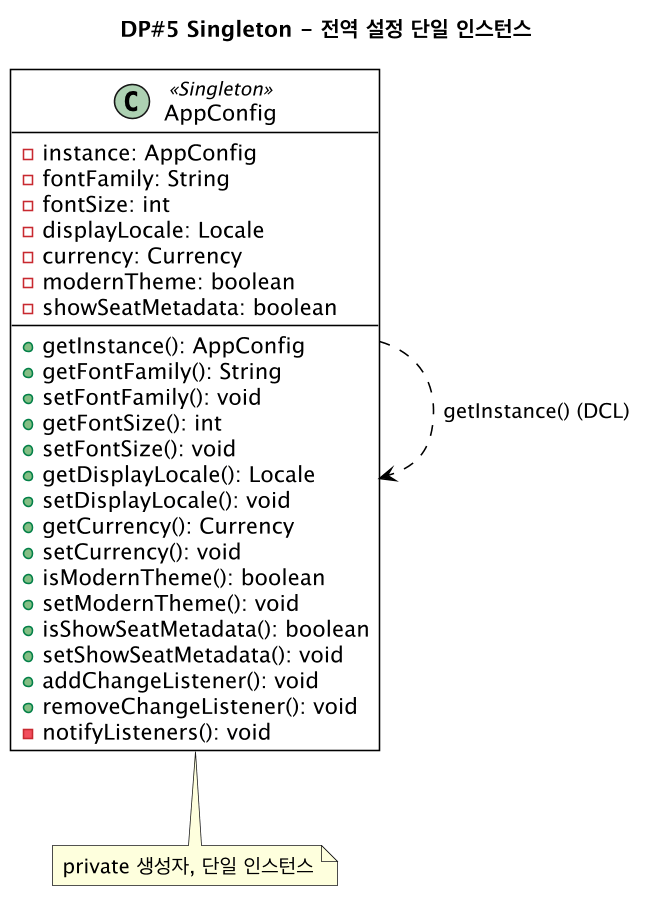
The PlantUML diagram docs/diagrams/iter4-puml/dp5-singleton.png in gimjungwook/KoreanAirReservationDomain, before a commit.
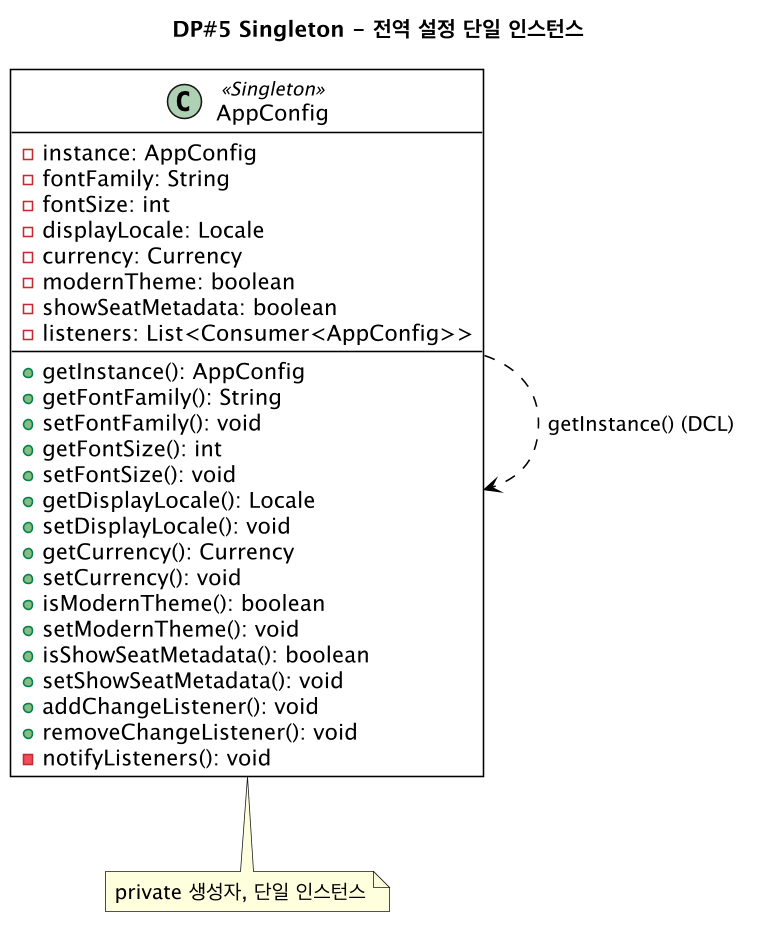
Later version of the same file.

The edit, as a diff of the source:
```diff
@@ -9,6 +9,7 @@
   -currency: Currency
   -modernTheme: boolean
   -showSeatMetadata: boolean
+  -listeners: List<Consumer<AppConfig>>
   --
   +getInstance(): AppConfig
   +getFontFamily(): String
```
